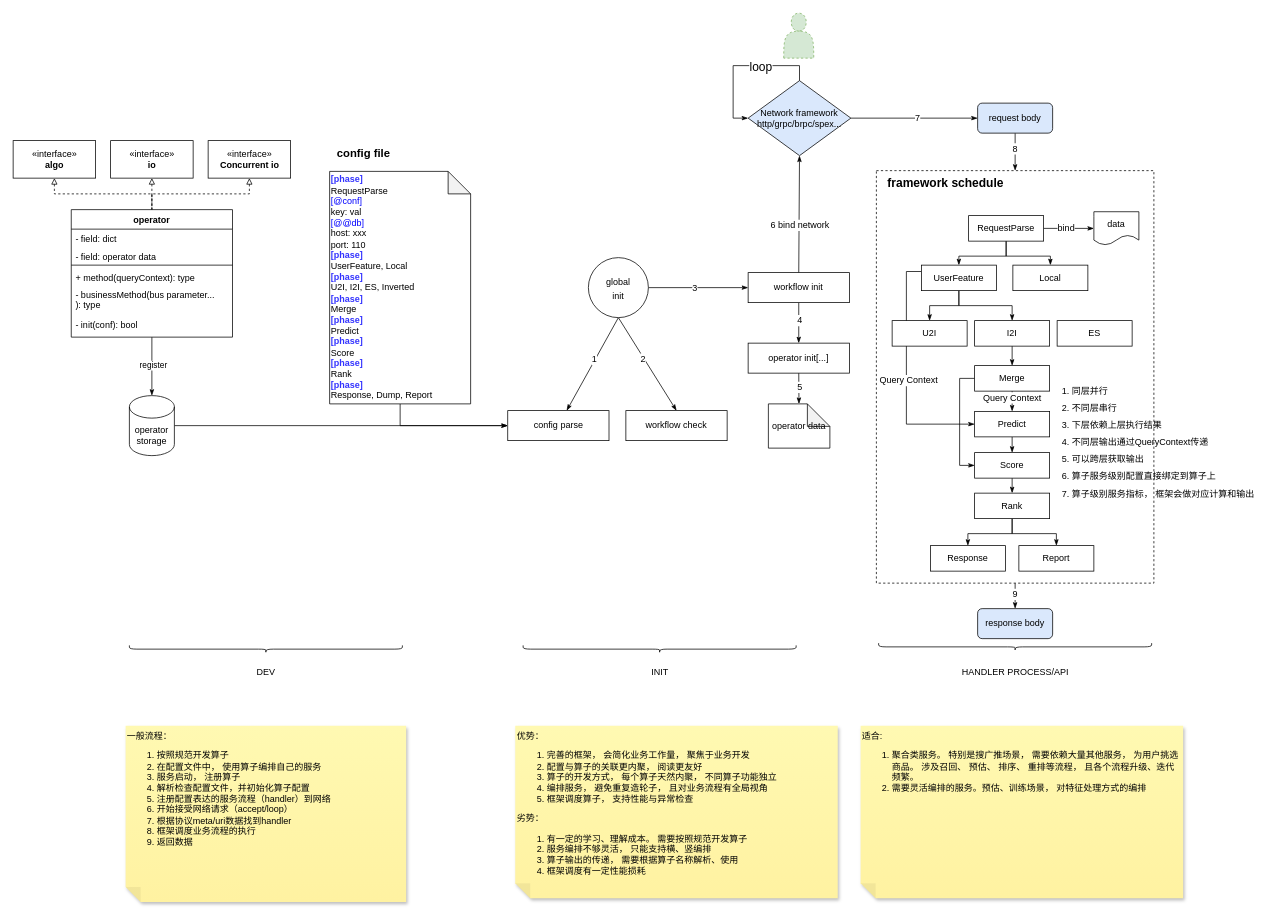
Before: tutu/workflow.drawio in hpsdy/diagram, a draw.io diagram. Source tidied: cells renumbered, new cells numbered last; positions are measured from the earlier drawing's top-left corner, leaving out a move shared by most shapes. Both pictures are drawn from the tidied source at 75%, with x=0, y=0 at pixel (13, 13).
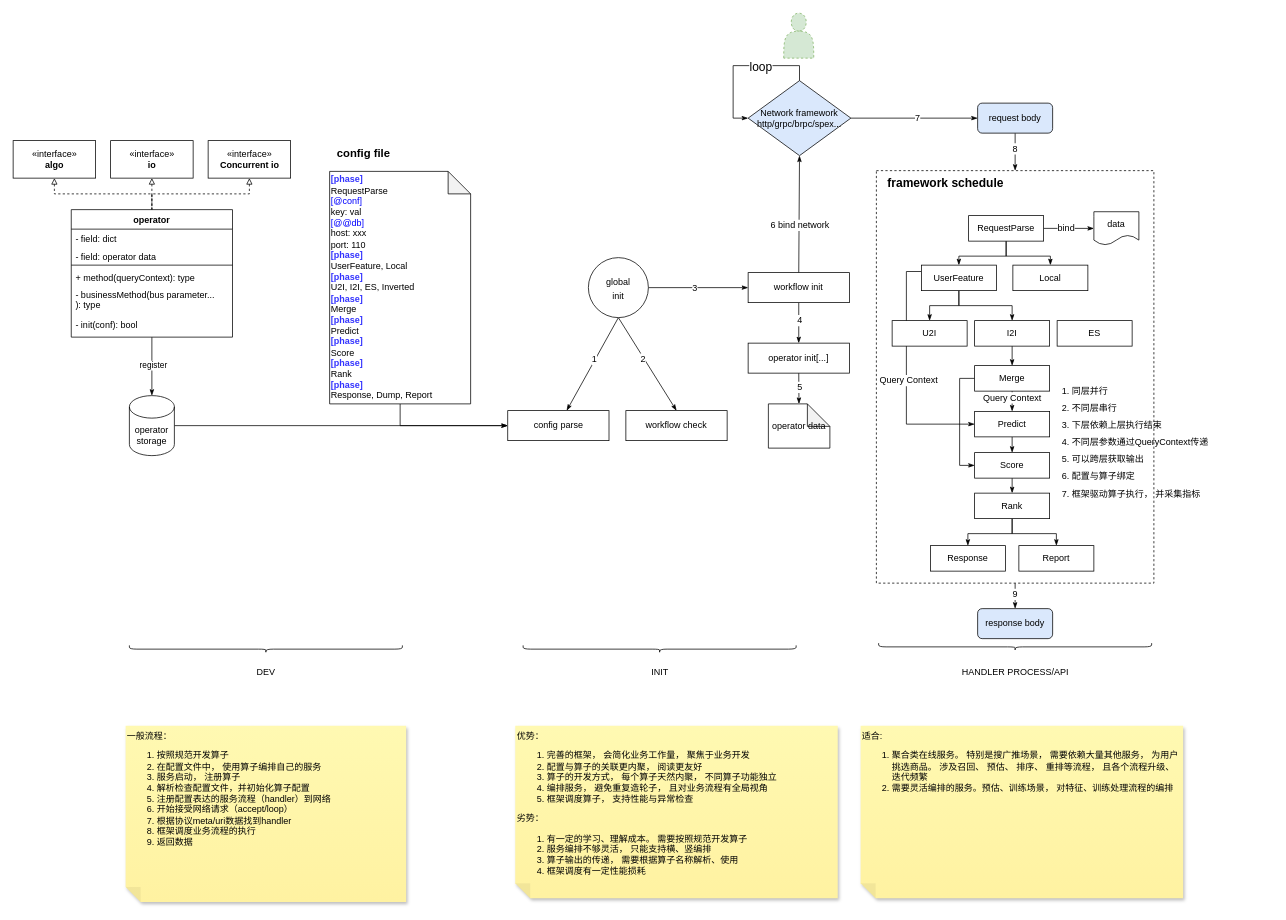
The same diagram, later.

Diff of the diagram source:
```diff
@@
-    <mxCell id="87" value="&lt;br&gt;&lt;blockquote style=&quot;margin: 0 0 0 40px; border: none; padding: 0px;&quot;&gt;&lt;/blockquote&gt;&lt;ol style=&quot;line-height: 1.9;&quot;&gt;&lt;li&gt;&lt;span style=&quot;background-color: initial;&quot;&gt;同层并行&lt;/span&gt;&lt;/li&gt;&lt;li&gt;&lt;span style=&quot;background-color: initial;&quot;&gt;不同层串行&lt;/span&gt;&lt;/li&gt;&lt;li&gt;&lt;span style=&quot;background-color: initial;&quot;&gt;下层依赖上层执行结果&lt;/span&gt;&lt;/li&gt;&lt;li&gt;&lt;span style=&quot;background-color: initial;&quot;&gt;不同层输出通过QueryContext传递&lt;/span&gt;&lt;/li&gt;&lt;li&gt;&lt;span style=&quot;background-color: initial;&quot;&gt;可以跨层获取输出&lt;/span&gt;&lt;/li&gt;&lt;li&gt;&lt;span style=&quot;background-color: initial;&quot;&gt;算子服务级别配置直接绑定到算子上&lt;/span&gt;&lt;/li&gt;&lt;li&gt;&lt;span style=&quot;background-color: initial;&quot;&gt;算子级别服务指标， 框架会做对应计算和输出&lt;/span&gt;&lt;/li&gt;&lt;/ol&gt;&lt;blockquote style=&quot;margin: 0 0 0 40px; border: none; padding: 0px;&quot;&gt;&lt;/blockquote&gt;&lt;blockquote style=&quot;margin: 0 0 0 40px; border: none; padding: 0px;&quot;&gt;&lt;/blockquote&gt;&lt;blockquote style=&quot;margin: 0 0 0 40px; border: none; padding: 0px;&quot;&gt;&lt;/blockquote&gt;&lt;blockquote style=&quot;margin: 0 0 0 40px; border: none; padding: 0px;&quot;&gt;&lt;/blockquote&gt;" style="text;html=1;align=left;verticalAlign=middle;fillColor=none;strokeColor=none;rounded=0;dashed=1;fontSize=12;fontColor=#000000;perimeterSpacing=1;" parent="1" vertex="1">
-      <mxGeometry x="1370" y="460" width="310" height="210" as="geometry" />
+    <mxCell id="87" value="&lt;br&gt;&lt;blockquote style=&quot;margin: 0 0 0 40px; border: none; padding: 0px;&quot;&gt;&lt;/blockquote&gt;&lt;ol style=&quot;line-height: 1.9;&quot;&gt;&lt;li&gt;&lt;span style=&quot;background-color: initial;&quot;&gt;同层并行&lt;/span&gt;&lt;/li&gt;&lt;li&gt;&lt;span style=&quot;background-color: initial;&quot;&gt;不同层串行&lt;/span&gt;&lt;/li&gt;&lt;li&gt;&lt;span style=&quot;background-color: initial;&quot;&gt;下层依赖上层执行结束&lt;/span&gt;&lt;/li&gt;&lt;li&gt;&lt;span style=&quot;background-color: initial;&quot;&gt;不同层参数通过QueryContext传递&lt;/span&gt;&lt;/li&gt;&lt;li&gt;&lt;span style=&quot;background-color: initial;&quot;&gt;可以跨层获取输出&lt;/span&gt;&lt;/li&gt;&lt;li&gt;配置与算子绑定&lt;/li&gt;&lt;li&gt;&lt;span style=&quot;background-color: initial;&quot;&gt;框架驱动算子执行， 并采集指标&lt;/span&gt;&lt;/li&gt;&lt;/ol&gt;&lt;blockquote style=&quot;margin: 0 0 0 40px; border: none; padding: 0px;&quot;&gt;&lt;/blockquote&gt;&lt;blockquote style=&quot;margin: 0 0 0 40px; border: none; padding: 0px;&quot;&gt;&lt;/blockquote&gt;&lt;blockquote style=&quot;margin: 0 0 0 40px; border: none; padding: 0px;&quot;&gt;&lt;/blockquote&gt;&lt;blockquote style=&quot;margin: 0 0 0 40px; border: none; padding: 0px;&quot;&gt;&lt;/blockquote&gt;" style="text;html=1;align=left;verticalAlign=middle;fillColor=none;strokeColor=none;rounded=0;dashed=1;fontSize=12;fontColor=#000000;perimeterSpacing=1;" parent="1" vertex="1">
+      <mxGeometry x="1370" y="460" width="250" height="210" as="geometry" />
     </mxCell>
@@
-    <mxCell id="92" value="适合:&lt;br&gt;&lt;ol&gt;&lt;li&gt;聚合类服务。 特别是搜广推场景， 需要依赖大量其他服务， 为用户挑选商品。 涉及召回、 预估、 排序、 重排等流程， 且各个流程升级、迭代频繁。&lt;/li&gt;&lt;li&gt;需要灵活编排的服务。预估、训练场景， 对特征处理方式的编排&lt;/li&gt;&lt;/ol&gt;" style="shape=note;whiteSpace=wrap;html=1;backgroundOutline=1;fontColor=#000000;darkOpacity=0.05;fillColor=#FFF9B2;strokeColor=none;fillStyle=solid;direction=west;gradientDirection=north;gradientColor=#FFF2A1;shadow=1;size=20;align=left;verticalAlign=top;" parent="1" vertex="1">
+    <mxCell id="92" value="适合:&lt;br&gt;&lt;ol&gt;&lt;li&gt;聚合类在线服务。 特别是搜广推场景， 需要依赖大量其他服务， 为用户挑选商品。 涉及召回、 预估、 排序、 重排等流程， 且各个流程升级、迭代频繁&lt;/li&gt;&lt;li&gt;需要灵活编排的服务。预估、训练场景， 对特征、训练处理流程的编排&lt;/li&gt;&lt;/ol&gt;" style="shape=note;whiteSpace=wrap;html=1;backgroundOutline=1;fontColor=#000000;darkOpacity=0.05;fillColor=#FFF9B2;strokeColor=none;fillStyle=solid;direction=west;gradientDirection=north;gradientColor=#FFF2A1;shadow=1;size=20;align=left;verticalAlign=top;" parent="1" vertex="1">
       <mxGeometry x="1130" y="950" width="430" height="230" as="geometry" />
     </mxCell>
```
